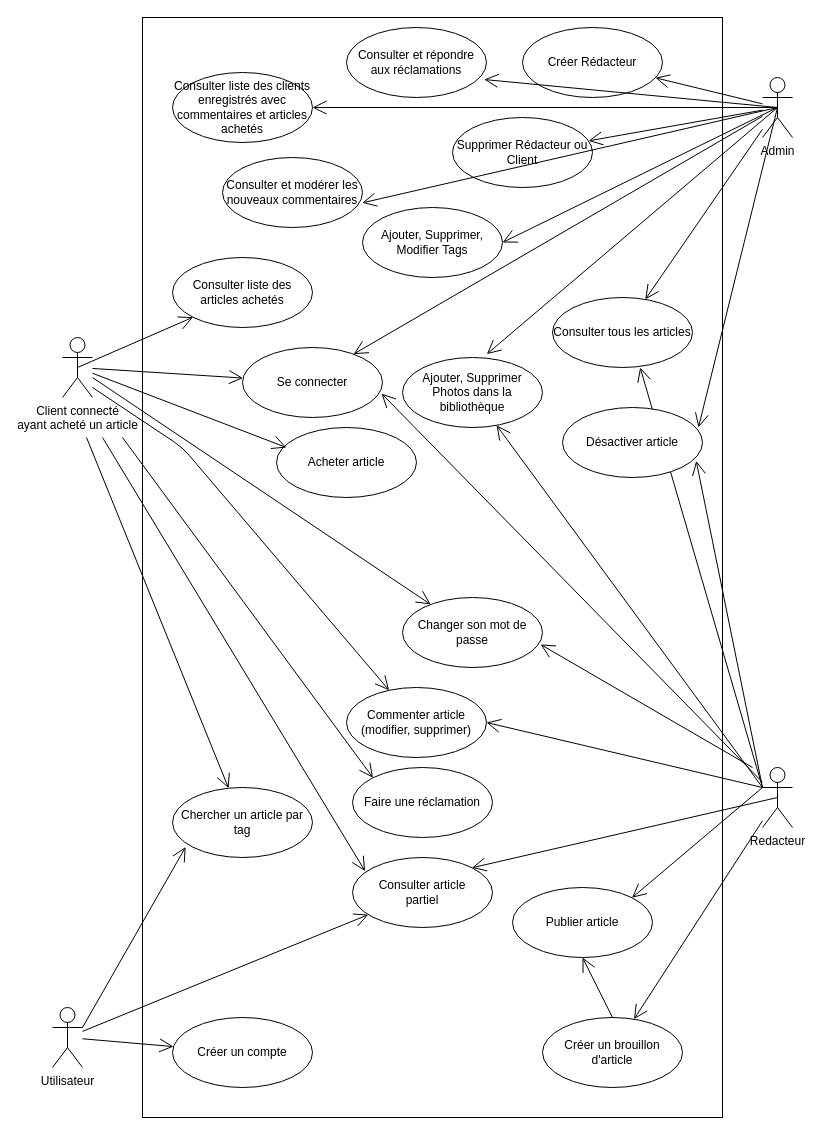
Before: diagrams/Cas d utilisation.drawio in Wathil/POECNews, a draw.io diagram. Source tidied: cells renumbered, new cells numbered last; positions are measured from the earlier drawing's top-left corner, leaving out a move shared by most shapes. Both pictures are drawn from the tidied source at 100%, with x=0, y=0 at pixel (52, 17).
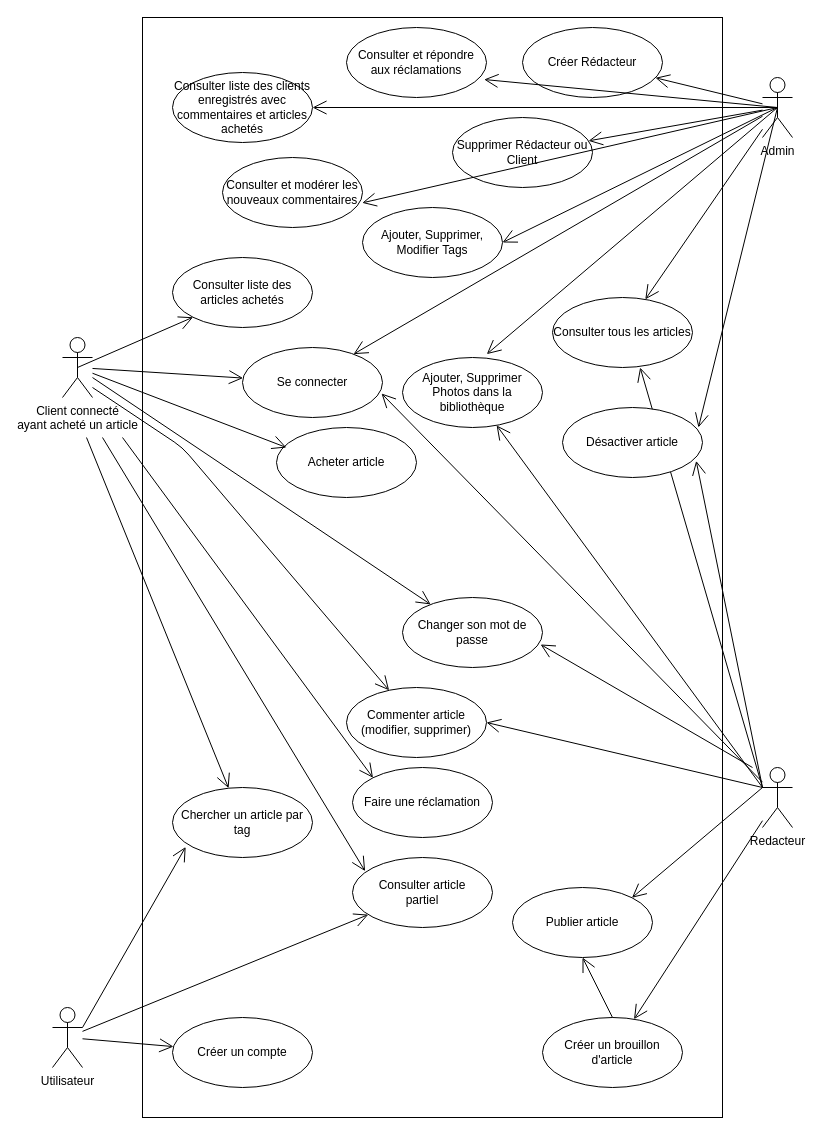
The same diagram, later.

The change refers to these unchanged cells:
```xml
<mxCell id="5" value="Redacteur" style="shape=umlActor;verticalLabelPosition=bottom;verticalAlign=top;html=1;outlineConnect=0;" parent="1" vertex="1">
  <mxGeometry x="710" y="750" width="30" height="60" as="geometry" />
</mxCell>
<mxCell id="18" value="Consulter article&lt;br&gt;partiel" style="ellipse;whiteSpace=wrap;html=1;" parent="1" vertex="1">
  <mxGeometry x="300" y="840" width="140" height="70" as="geometry" />
</mxCell>
```

Change to the diagram source:
```diff
@@
-    <mxCell id="57" style="endArrow=open;endFill=1;endSize=12;html=1;entryX=1;entryY=0;entryDx=0;entryDy=0;exitX=0.5;exitY=0.5;exitDx=0;exitDy=0;exitPerimeter=0;" parent="1" edge="1" source="5" target="18">
-      <mxGeometry relative="1" as="geometry" />
-    </mxCell>
```
